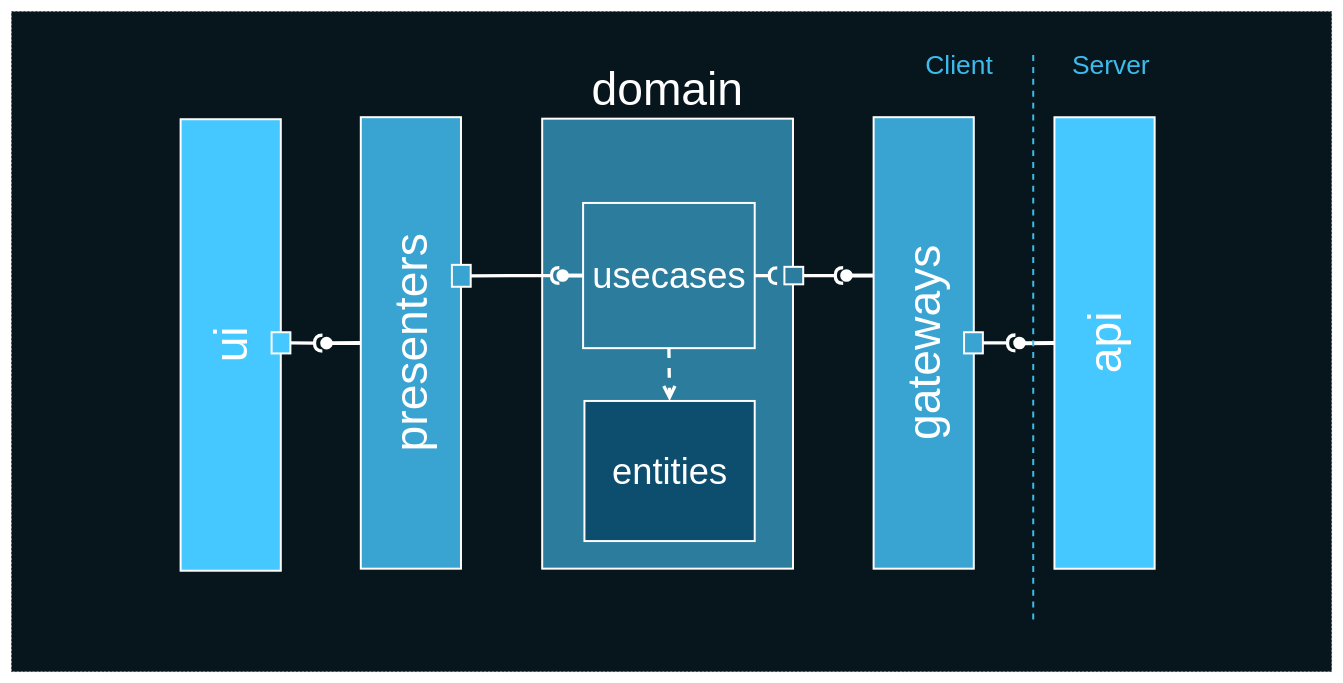
AlexanderLapygin/ca-react-rest-api-starter keeps this draw.io diagram as deck/ru/diagrams/caLayerModulesBase1.drawio. Above is the earlier version. Source tidied: cells renumbered, new cells numbered last; positions are measured from the earlier drawing's top-left corner, leaving out a move shared by most shapes. Both pictures are drawn from the tidied source at 66%, with x=0, y=0 at pixel (5, 11).
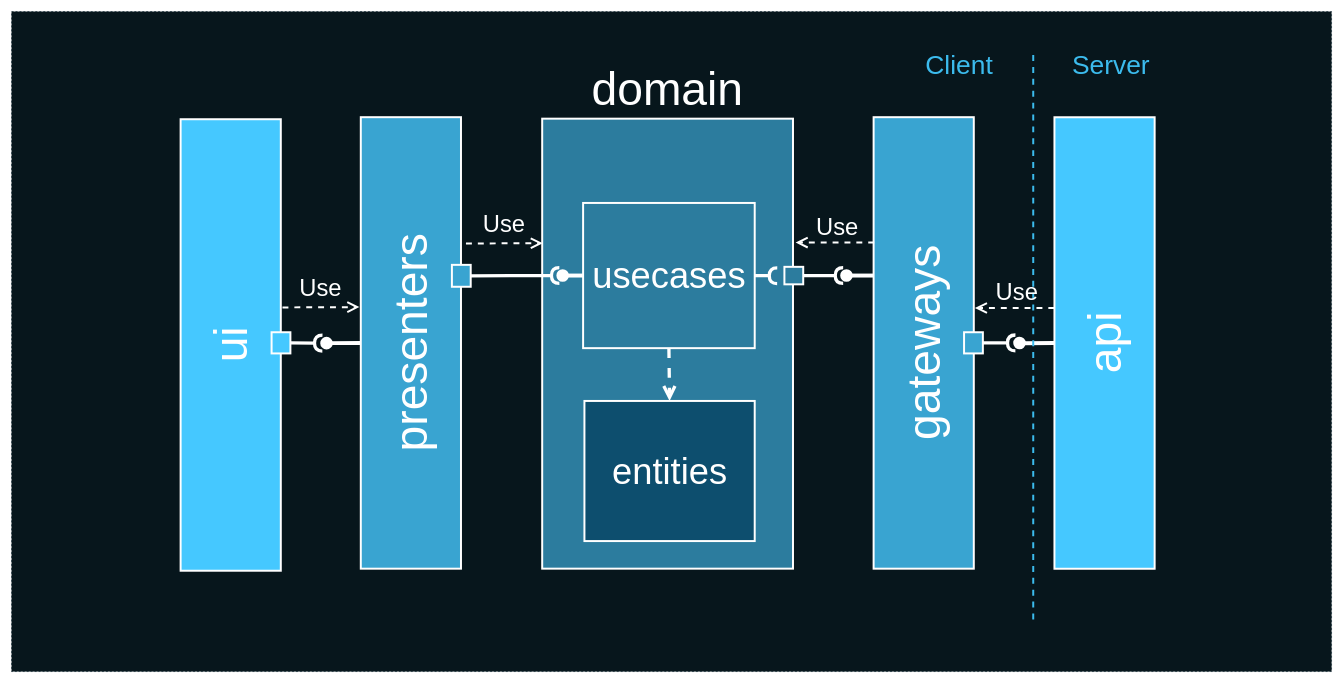
After the change.

The edit, as a diff of the source:
```diff
@@
+    <mxCell id="35" value="Use" style="endArrow=open;endSize=12;dashed=1;html=1;strokeColor=#FFFFFF;strokeWidth=3;fontSize=36;fontColor=#FFFFFF;labelBackgroundColor=none;entryX=0.857;entryY=-0.021;entryDx=0;entryDy=0;entryPerimeter=0;exitX=0.861;exitY=1.01;exitDx=0;exitDy=0;exitPerimeter=0;" parent="1" edge="1">
+      <mxGeometry y="30" relative="1" as="geometry">
+        <mxPoint x="420.5" y="448.3" as="sourcePoint" />
+        <mxPoint x="537" y="447.8" as="targetPoint" />
+      </mxGeometry>
+    </mxCell>
+    <mxCell id="36" value="Use" style="endArrow=open;endSize=12;dashed=1;html=1;strokeColor=#FFFFFF;strokeWidth=3;fontSize=36;fontColor=#FFFFFF;labelBackgroundColor=none;entryX=0.857;entryY=-0.021;entryDx=0;entryDy=0;entryPerimeter=0;exitX=0.861;exitY=1.01;exitDx=0;exitDy=0;exitPerimeter=0;" parent="1" edge="1">
+      <mxGeometry y="30" relative="1" as="geometry">
+        <mxPoint x="698.5" y="351.4" as="sourcePoint" />
+        <mxPoint x="815" y="351" as="targetPoint" />
+      </mxGeometry>
+    </mxCell>
+    <mxCell id="37" value="Use" style="endArrow=open;endSize=12;dashed=1;html=1;strokeColor=#FFFFFF;strokeWidth=3;fontSize=36;fontColor=#FFFFFF;labelBackgroundColor=none;" parent="1" edge="1">
+      <mxGeometry x="-0.07" y="-24" relative="1" as="geometry">
+        <mxPoint x="1317" y="350" as="sourcePoint" />
+        <mxPoint x="1198" y="350" as="targetPoint" />
+        <mxPoint x="-1" as="offset" />
+      </mxGeometry>
+    </mxCell>
+    <mxCell id="38" value="Use" style="endArrow=open;endSize=12;dashed=1;html=1;strokeColor=#FFFFFF;strokeWidth=3;fontSize=36;fontColor=#FFFFFF;labelBackgroundColor=none;entryX=0.861;entryY=1.004;entryDx=0;entryDy=0;entryPerimeter=0;exitX=0.861;exitY=-0.008;exitDx=0;exitDy=0;exitPerimeter=0;" parent="1" edge="1">
+      <mxGeometry x="-0.07" y="-24" relative="1" as="geometry">
+        <mxPoint x="1589.9" y="449.2" as="sourcePoint" />
+        <mxPoint x="1469.6" y="449.1" as="targetPoint" />
+        <mxPoint x="-1" as="offset" />
+      </mxGeometry>
+    </mxCell>
```
